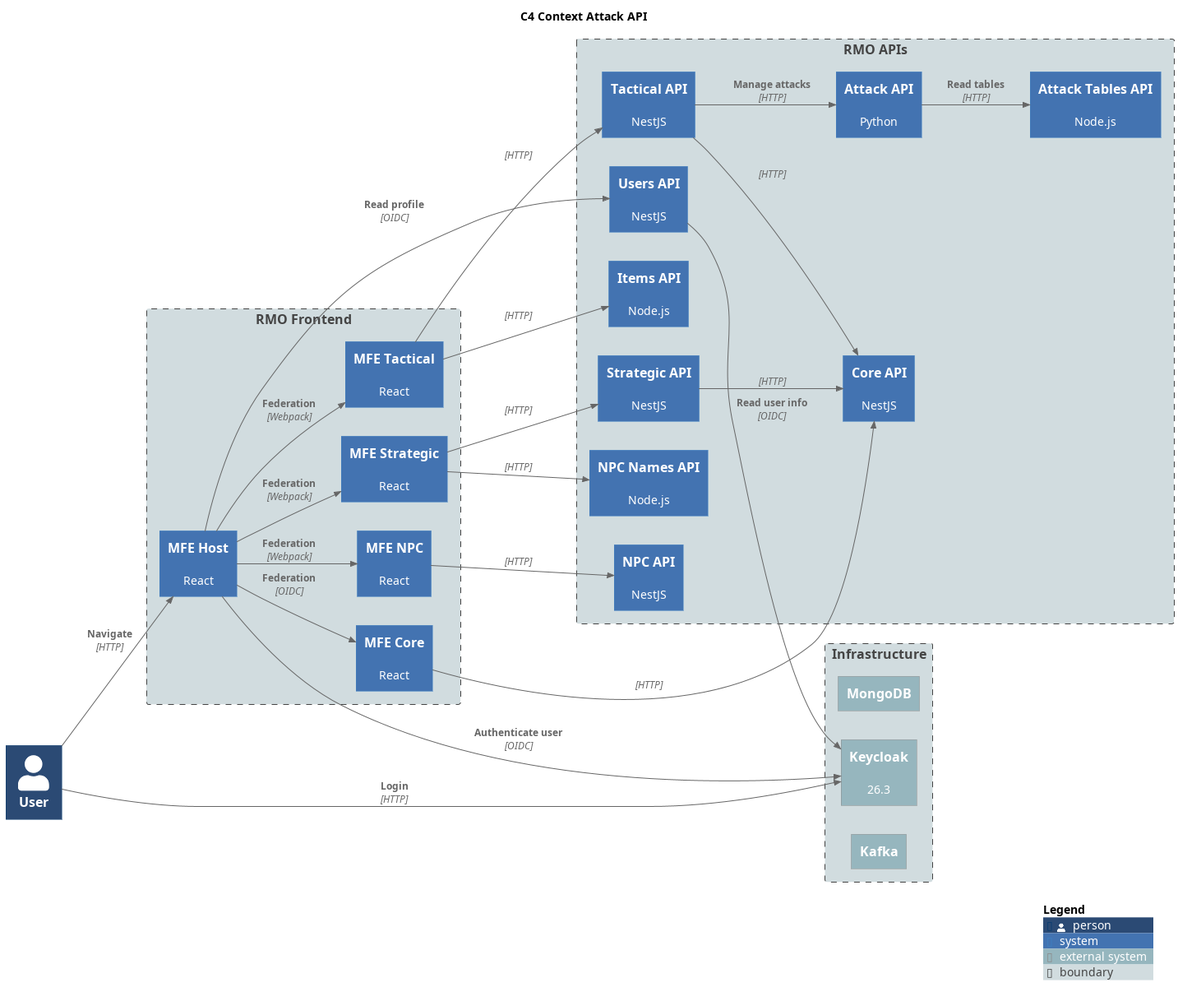
labcabrera/rmu-platform keeps this PlantUML diagram as diagrams/c4-context.png. Above is the earlier version.
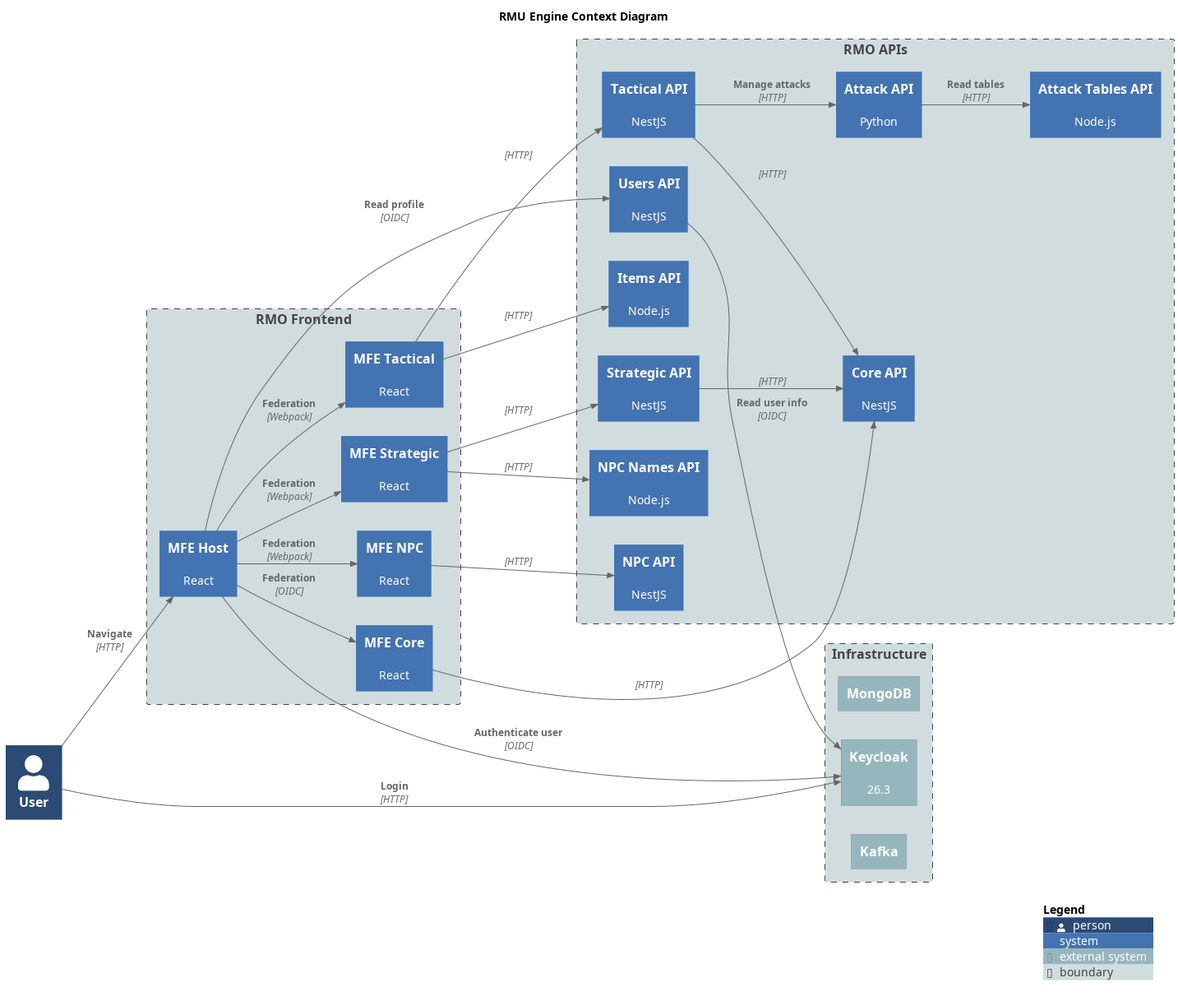
After the commit.

Change to the diagram source:
```diff
@@ -1,5 +1,5 @@
-@startuml C4 Context Attack API
-title C4 Context Attack API
+@startuml RMU Engine Context Diagram
+title RMU Engine Context Diagram
 
 !include https://raw.githubusercontent.com/plantuml-stdlib/C4-PlantUML/master/C4_Context.puml
 
```
